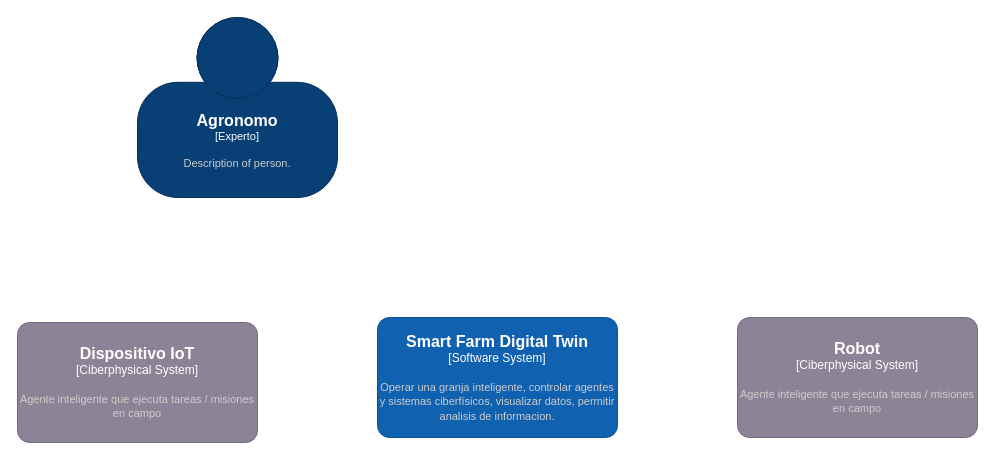
Earlier version of the draw.io diagram Arquitectura/VisionDelSistema.drawio (JAndresBP/smart-farm-digital-twin). Source tidied: cells renumbered, new cells numbered last; positions are measured from the earlier drawing's top-left corner, leaving out a move shared by most shapes. Both pictures are drawn from the tidied source at 100%, with x=0, y=0 at pixel (17, 17).
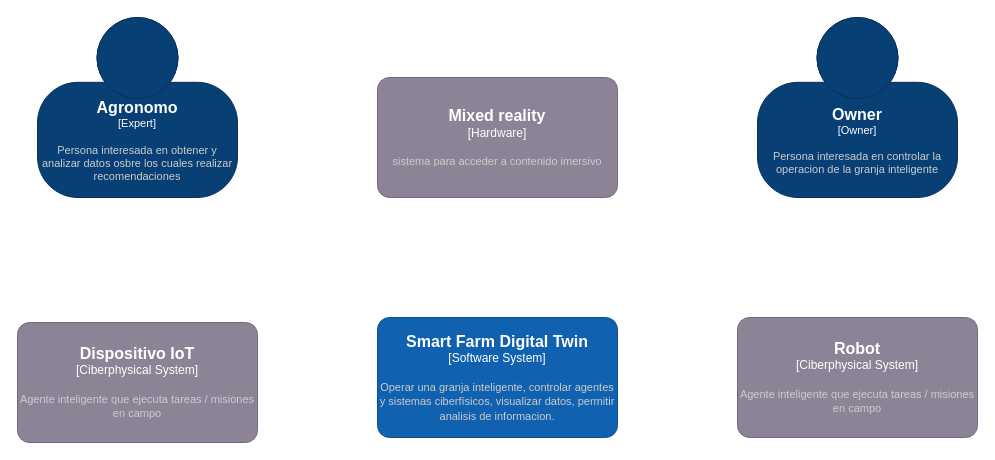
After the change.

Diff of the diagram source:
```diff
@@
 <mxGraphModel>
   <root>
     <mxCell id="0" />
     <mxCell id="1" parent="0" />
-    <object id="2" label="&lt;font style=&quot;font-size: 16px&quot;&gt;&lt;b&gt;%c4Name%&lt;/b&gt;&lt;/font&gt;&lt;div&gt;[%c4Type%]&lt;/div&gt;&lt;br&gt;&lt;div&gt;&lt;font style=&quot;font-size: 11px&quot;&gt;&lt;font color=&quot;#cccccc&quot;&gt;%c4Description%&lt;/font&gt;&lt;/div&gt;" c4Description="Description of person." c4Name="Agronomo" c4Type="Experto" placeholders="1">
+    <object id="2" label="&lt;font style=&quot;font-size: 16px&quot;&gt;&lt;b&gt;%c4Name%&lt;/b&gt;&lt;/font&gt;&lt;div&gt;[%c4Type%]&lt;/div&gt;&lt;br&gt;&lt;div&gt;&lt;font style=&quot;font-size: 11px&quot;&gt;&lt;font color=&quot;#cccccc&quot;&gt;%c4Description%&lt;/font&gt;&lt;/div&gt;" c4Description="Persona interesada en obtener y analizar datos osbre los cuales realizar recomendaciones" c4Name="Agronomo" c4Type="Expert" placeholders="1">
       <mxCell style="html=1;fontSize=11;dashed=0;whiteSpace=wrap;fillColor=#083F75;strokeColor=#06315C;fontColor=#ffffff;shape=mxgraph.c4.person2;align=center;" parent="1" vertex="1">
-        <mxGeometry x="120" width="200" height="180" as="geometry" />
+        <mxGeometry x="20" width="200" height="180" as="geometry" />
       </mxCell>
     </object>
     <object id="3" label="&lt;font style=&quot;font-size: 16px&quot;&gt;&lt;b&gt;%c4Name%&lt;/b&gt;&lt;/font&gt;&lt;div&gt;[%c4Type%]&lt;/div&gt;&lt;br&gt;&lt;div&gt;&lt;font style=&quot;font-size: 11px&quot;&gt;&lt;font color=&quot;#cccccc&quot;&gt;%c4Description%&lt;/font&gt;&lt;/div&gt;" c4Description="Operar una granja inteligente, controlar agentes y sistemas ciberfísicos, visualizar datos, permitir analisis de informacion." c4Name="Smart Farm Digital Twin" c4Type="Software System" placeholders="1">
       <mxCell style="rounded=1;whiteSpace=wrap;html=1;labelBackgroundColor=none;fillColor=#1061B0;fontColor=#ffffff;align=center;arcSize=10;strokeColor=#0D5091;" parent="1" vertex="1">
         <mxGeometry x="360" y="300" width="240" height="120" as="geometry" />
       </mxCell>
     </object>
     <object id="4" label="&lt;font style=&quot;font-size: 16px&quot;&gt;&lt;b&gt;%c4Name%&lt;/b&gt;&lt;/font&gt;&lt;div&gt;[%c4Type%]&lt;/div&gt;&lt;br&gt;&lt;div&gt;&lt;font style=&quot;font-size: 11px&quot;&gt;&lt;font color=&quot;#cccccc&quot;&gt;%c4Description%&lt;/font&gt;&lt;/div&gt;" c4Description="Agente inteligente que ejecuta tareas / misiones en campo" c4Name="Robot" c4Type="Ciberphysical System" placeholders="1">
       <mxCell style="rounded=1;whiteSpace=wrap;html=1;labelBackgroundColor=none;fillColor=#8C8496;fontColor=#ffffff;align=center;arcSize=10;strokeColor=#736782;" parent="1" vertex="1">
         <mxGeometry x="720" y="300" width="240" height="120" as="geometry" />
       </mxCell>
     </object>
     <object id="5" label="&lt;font style=&quot;font-size: 16px&quot;&gt;&lt;b&gt;%c4Name%&lt;/b&gt;&lt;/font&gt;&lt;div&gt;[%c4Type%]&lt;/div&gt;&lt;br&gt;&lt;div&gt;&lt;font style=&quot;font-size: 11px&quot;&gt;&lt;font color=&quot;#cccccc&quot;&gt;%c4Description%&lt;/font&gt;&lt;/div&gt;" c4Description="Agente inteligente que ejecuta tareas / misiones en campo" c4Name="Dispositivo IoT" c4Type="Ciberphysical System" placeholders="1">
       <mxCell style="rounded=1;whiteSpace=wrap;html=1;labelBackgroundColor=none;fillColor=#8C8496;fontColor=#ffffff;align=center;arcSize=10;strokeColor=#736782;" parent="1" vertex="1">
         <mxGeometry y="305" width="240" height="120" as="geometry" />
       </mxCell>
     </object>
+    <object id="6" label="&lt;font style=&quot;font-size: 16px&quot;&gt;&lt;b&gt;%c4Name%&lt;/b&gt;&lt;/font&gt;&lt;div&gt;[%c4Type%]&lt;/div&gt;&lt;br&gt;&lt;div&gt;&lt;font style=&quot;font-size: 11px&quot;&gt;&lt;font color=&quot;#cccccc&quot;&gt;%c4Description%&lt;/font&gt;&lt;/div&gt;" c4Description="Persona interesada en controlar la operacion de la granja inteligente" c4Name="Owner" c4Type="Owner" placeholders="1">
+      <mxCell style="html=1;fontSize=11;dashed=0;whiteSpace=wrap;fillColor=#083F75;strokeColor=#06315C;fontColor=#ffffff;shape=mxgraph.c4.person2;align=center;" parent="1" vertex="1">
+        <mxGeometry x="740" width="200" height="180" as="geometry" />
+      </mxCell>
+    </object>
+    <object id="7" label="&lt;font style=&quot;font-size: 16px&quot;&gt;&lt;b&gt;%c4Name%&lt;/b&gt;&lt;/font&gt;&lt;div&gt;[%c4Type%]&lt;/div&gt;&lt;br&gt;&lt;div&gt;&lt;font style=&quot;font-size: 11px&quot;&gt;&lt;font color=&quot;#cccccc&quot;&gt;%c4Description%&lt;/font&gt;&lt;/div&gt;" c4Description="sistema para acceder a contenido imersivo" c4Name="Mixed reality" c4Type="Hardware" placeholders="1">
+      <mxCell style="rounded=1;whiteSpace=wrap;html=1;labelBackgroundColor=none;fillColor=#8C8496;fontColor=#ffffff;align=center;arcSize=10;strokeColor=#736782;" parent="1" vertex="1">
+        <mxGeometry x="360" y="60" width="240" height="120" as="geometry" />
+      </mxCell>
+    </object>
   </root>
 </mxGraphModel>
```
